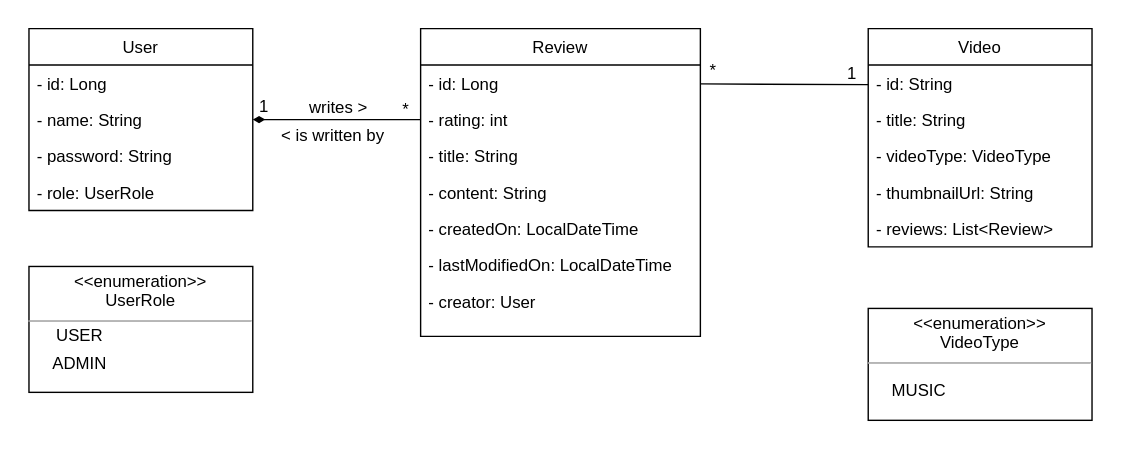
Before: docs/class_diagram.svg, a diagram exported from draw.io (joanneong/snapshot). Source tidied: cells renumbered, new cells last; positions are measured from the earlier drawing's top-left corner, leaving out a move shared by most shapes. Source of this version:
```xml
<mxGraphModel>
  <root>
    <mxCell id="0" />
    <mxCell id="1" parent="0" />
    <mxCell id="2" value="User" style="swimlane;fontStyle=0;align=center;verticalAlign=top;horizontal=1;startSize=26;rounded=0;shadow=0;strokeWidth=1;" parent="1" vertex="1">
      <mxGeometry width="160" height="130" as="geometry" />
    </mxCell>
    <mxCell id="3" value="- id: Long" style="text;align=left;verticalAlign=top;spacingLeft=4;spacingRight=4;overflow=hidden;" parent="2" vertex="1">
      <mxGeometry y="26" width="160" height="26" as="geometry" />
    </mxCell>
    <mxCell id="4" value="- name: String" style="text;align=left;verticalAlign=top;spacingLeft=4;spacingRight=4;overflow=hidden;" parent="2" vertex="1">
      <mxGeometry y="52" width="160" height="26" as="geometry" />
    </mxCell>
    <mxCell id="5" value="- password: String" style="text;align=left;verticalAlign=top;spacingLeft=4;spacingRight=4;overflow=hidden;rounded=0;shadow=0;html=0;" parent="2" vertex="1">
      <mxGeometry y="78" width="160" height="26" as="geometry" />
    </mxCell>
    <mxCell id="6" value="- role: UserRole" style="text;align=left;verticalAlign=top;spacingLeft=4;spacingRight=4;overflow=hidden;rounded=0;shadow=0;html=0;" parent="2" vertex="1">
      <mxGeometry y="104" width="160" height="26" as="geometry" />
    </mxCell>
    <mxCell id="7" value="Review" style="swimlane;fontStyle=0;align=center;verticalAlign=top;horizontal=1;startSize=26;rounded=0;shadow=0;strokeWidth=1;" parent="1" vertex="1">
      <mxGeometry x="280" width="200" height="220" as="geometry" />
    </mxCell>
    <mxCell id="8" value="- id: Long" style="text;align=left;verticalAlign=top;spacingLeft=4;spacingRight=4;overflow=hidden;" parent="7" vertex="1">
      <mxGeometry y="26" width="200" height="26" as="geometry" />
    </mxCell>
    <mxCell id="9" value="- rating: int" style="text;align=left;verticalAlign=top;spacingLeft=4;spacingRight=4;overflow=hidden;rounded=0;shadow=0;html=0;" parent="7" vertex="1">
      <mxGeometry y="52" width="200" height="26" as="geometry" />
    </mxCell>
    <mxCell id="10" value="- title: String" style="text;align=left;verticalAlign=top;spacingLeft=4;spacingRight=4;overflow=hidden;rounded=0;shadow=0;html=0;" parent="7" vertex="1">
      <mxGeometry y="78" width="200" height="26" as="geometry" />
    </mxCell>
    <mxCell id="11" value="- content: String" style="text;align=left;verticalAlign=top;spacingLeft=4;spacingRight=4;overflow=hidden;rounded=0;shadow=0;html=0;" parent="7" vertex="1">
      <mxGeometry y="104" width="200" height="26" as="geometry" />
    </mxCell>
    <mxCell id="12" value="- createdOn: LocalDateTime" style="text;align=left;verticalAlign=top;spacingLeft=4;spacingRight=4;overflow=hidden;rounded=0;shadow=0;html=0;" parent="7" vertex="1">
      <mxGeometry y="130" width="200" height="26" as="geometry" />
    </mxCell>
    <mxCell id="13" value="- lastModifiedOn: LocalDateTime" style="text;align=left;verticalAlign=top;spacingLeft=4;spacingRight=4;overflow=hidden;rounded=0;shadow=0;html=0;" parent="7" vertex="1">
      <mxGeometry y="156" width="200" height="26" as="geometry" />
    </mxCell>
    <mxCell id="14" value="- creator: User" style="text;align=left;verticalAlign=top;spacingLeft=4;spacingRight=4;overflow=hidden;rounded=0;shadow=0;html=0;" parent="7" vertex="1">
      <mxGeometry y="182" width="200" height="26" as="geometry" />
    </mxCell>
    <mxCell id="15" style="endArrow=none;shadow=0;strokeWidth=1;rounded=0;endFill=0;edgeStyle=elbowEdgeStyle;elbow=vertical;startArrow=diamondThin;startFill=1;endSize=6;" parent="1" edge="1" source="2" target="7">
      <mxGeometry x="0.5" y="41" relative="1" as="geometry">
        <mxPoint x="-40" y="32" as="offset" />
      </mxGeometry>
    </mxCell>
    <mxCell id="16" value="1" style="align=left;verticalAlign=bottom;labelBackgroundColor=none;fontSize=12;" parent="15" vertex="1">
      <mxGeometry x="-1" relative="1" as="geometry">
        <mxPoint x="3" y="-1" as="offset" />
      </mxGeometry>
    </mxCell>
    <mxCell id="17" value="*" style="align=right;verticalAlign=bottom;labelBackgroundColor=none;fontSize=12;" parent="15" vertex="1">
      <mxGeometry x="1" relative="1" as="geometry">
        <mxPoint x="-7" y="1" as="offset" />
      </mxGeometry>
    </mxCell>
    <mxCell id="18" value="writes &amp;gt;" style="text;html=1;align=center;verticalAlign=middle;labelBackgroundColor=none;rounded=0;shadow=0;strokeWidth=1;fontSize=12;" parent="15" vertex="1">
      <mxGeometry x="0.5" y="49" relative="1" as="geometry">
        <mxPoint x="-30" y="40" as="offset" />
      </mxGeometry>
    </mxCell>
    <mxCell id="19" value="Video" style="swimlane;fontStyle=0;horizontal=1;startSize=26;fillColor=none;" parent="1" vertex="1">
      <mxGeometry x="600" width="160" height="156" as="geometry" />
    </mxCell>
    <mxCell id="20" value="- id: String" style="text;strokeColor=none;fillColor=none;align=left;verticalAlign=top;spacingLeft=4;spacingRight=4;overflow=hidden;" parent="19" vertex="1">
      <mxGeometry y="26" width="160" height="26" as="geometry" />
    </mxCell>
    <mxCell id="21" value="- title: String" style="text;strokeColor=none;fillColor=none;align=left;verticalAlign=top;spacingLeft=4;spacingRight=4;overflow=hidden;" parent="19" vertex="1">
      <mxGeometry y="52" width="160" height="26" as="geometry" />
    </mxCell>
    <mxCell id="22" value="- videoType: VideoType" style="text;strokeColor=none;fillColor=none;align=left;verticalAlign=top;spacingLeft=4;spacingRight=4;overflow=hidden;" parent="19" vertex="1">
      <mxGeometry y="78" width="160" height="26" as="geometry" />
    </mxCell>
    <mxCell id="23" value="- thumbnailUrl: String" style="text;strokeColor=none;fillColor=none;align=left;verticalAlign=top;spacingLeft=4;spacingRight=4;overflow=hidden;" parent="19" vertex="1">
      <mxGeometry y="104" width="160" height="26" as="geometry" />
    </mxCell>
    <mxCell id="24" value="- reviews: List&lt;Review&gt;" style="text;strokeColor=none;fillColor=none;align=left;verticalAlign=top;spacingLeft=4;spacingRight=4;overflow=hidden;" parent="19" vertex="1">
      <mxGeometry y="130" width="160" height="26" as="geometry" />
    </mxCell>
    <mxCell id="25" style="group;" parent="1" vertex="1">
      <mxGeometry x="600" y="200" width="160" height="80" as="geometry" />
    </mxCell>
    <mxCell id="26" value="&lt;p style=&quot;margin: 0px ; margin-top: 4px ; text-align: center&quot;&gt;&amp;lt;&amp;lt;enumeration&amp;gt;&amp;gt;&lt;br&gt;VideoType&lt;br&gt;&lt;/p&gt;&lt;hr size=&quot;1&quot;&gt;&lt;div style=&quot;height: 2px&quot;&gt;&lt;br&gt;&lt;/div&gt;" style="verticalAlign=top;align=left;overflow=fill;fontSize=12;fontFamily=Helvetica;html=1;" parent="25" vertex="1">
      <mxGeometry width="160" height="80" as="geometry" />
    </mxCell>
    <mxCell id="27" value="MUSIC" style="text;html=1;align=center;verticalAlign=middle;fillColor=none;strokeColor=none;rounded=0;" parent="25" vertex="1">
      <mxGeometry x="10.7" y="49.1" width="50" height="20" as="geometry" />
    </mxCell>
    <mxCell id="28" style="endArrow=none;shadow=0;strokeWidth=1;rounded=0;endFill=0;edgeStyle=elbowEdgeStyle;elbow=vertical;startArrow=none;startFill=0;endSize=6;" parent="1" edge="1">
      <mxGeometry x="0.5" y="41" relative="1" as="geometry">
        <mxPoint x="480" y="39.5" as="sourcePoint" />
        <mxPoint x="600" y="39.5" as="targetPoint" />
        <mxPoint x="-40" y="32" as="offset" />
      </mxGeometry>
    </mxCell>
    <mxCell id="29" value="*" style="align=left;verticalAlign=bottom;labelBackgroundColor=none;fontSize=12;" parent="28" vertex="1">
      <mxGeometry x="-1" relative="1" as="geometry">
        <mxPoint x="5" y="-1" as="offset" />
      </mxGeometry>
    </mxCell>
    <mxCell id="30" value="1" style="align=right;verticalAlign=bottom;labelBackgroundColor=none;fontSize=12;" parent="28" vertex="1">
      <mxGeometry x="1" relative="1" as="geometry">
        <mxPoint x="-7" y="1" as="offset" />
      </mxGeometry>
    </mxCell>
    <mxCell id="31" value="&amp;lt; is written by" style="text;html=1;align=center;verticalAlign=middle;labelBackgroundColor=none;rounded=0;shadow=0;strokeWidth=1;fontSize=12;" parent="1" vertex="1">
      <mxGeometry x="220" y="60" as="geometry">
        <mxPoint x="-4" y="16" as="offset" />
      </mxGeometry>
    </mxCell>
    <mxCell id="32" style="group;" parent="1" vertex="1">
      <mxGeometry y="170" width="160" height="90" as="geometry" />
    </mxCell>
    <mxCell id="33" value="&lt;p style=&quot;margin: 0px ; margin-top: 4px ; text-align: center&quot;&gt;&amp;lt;&amp;lt;enumeration&amp;gt;&amp;gt;&lt;br&gt;UserRole&lt;br&gt;&lt;/p&gt;&lt;hr size=&quot;1&quot;&gt;&lt;div style=&quot;height: 2px&quot;&gt;&lt;br&gt;&lt;/div&gt;" style="verticalAlign=top;align=left;overflow=fill;fontSize=12;fontFamily=Helvetica;html=1;" parent="32" vertex="1">
      <mxGeometry width="160" height="90" as="geometry" />
    </mxCell>
    <mxCell id="34" value="USER" style="text;html=1;align=center;verticalAlign=middle;fillColor=none;strokeColor=none;rounded=0;" parent="32" vertex="1">
      <mxGeometry x="10.7" y="40" width="50" height="20" as="geometry" />
    </mxCell>
    <mxCell id="35" value="ADMIN" style="text;html=1;align=center;verticalAlign=middle;fillColor=none;strokeColor=none;rounded=0;" parent="32" vertex="1">
      <mxGeometry x="10.7" y="60" width="50" height="20" as="geometry" />
    </mxCell>
  </root>
</mxGraphModel>
```
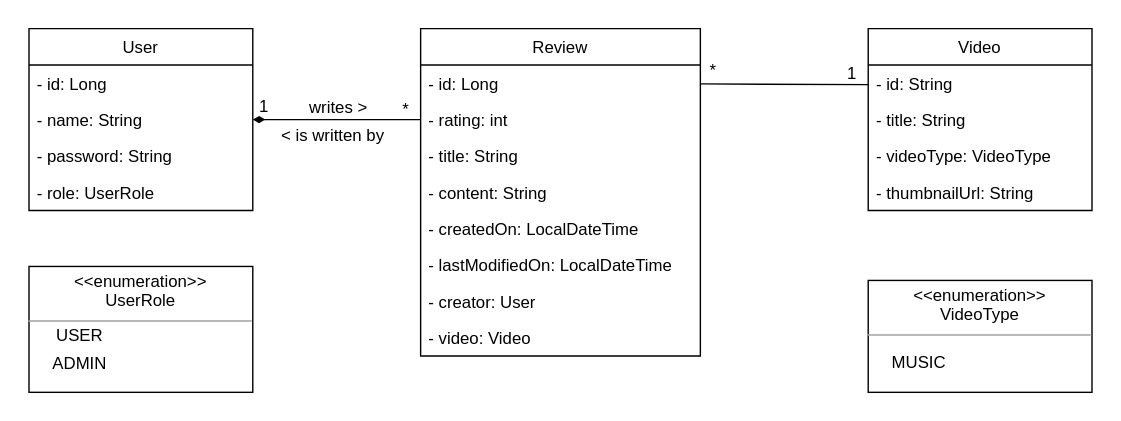
Above is the later version.

Commit message:
Update class diagrams to simplify models

The edit, as a diff of the source:
```diff
@@ -1,4 +1,4 @@
-<mxGraphModel>
+<mxGraphModel background="#ffffff">
   <root>
     <mxCell id="0" />
     <mxCell id="1" parent="0" />
@@ -18,7 +18,7 @@
       <mxGeometry y="104" width="160" height="26" as="geometry" />
     </mxCell>
     <mxCell id="7" value="Review" style="swimlane;fontStyle=0;align=center;verticalAlign=top;horizontal=1;startSize=26;rounded=0;shadow=0;strokeWidth=1;" parent="1" vertex="1">
-      <mxGeometry x="280" width="200" height="220" as="geometry" />
+      <mxGeometry x="280" width="200" height="234" as="geometry" />
     </mxCell>
     <mxCell id="8" value="- id: Long" style="text;align=left;verticalAlign=top;spacingLeft=4;spacingRight=4;overflow=hidden;" parent="7" vertex="1">
       <mxGeometry y="26" width="200" height="26" as="geometry" />
@@ -41,6 +41,9 @@
     <mxCell id="14" value="- creator: User" style="text;align=left;verticalAlign=top;spacingLeft=4;spacingRight=4;overflow=hidden;rounded=0;shadow=0;html=0;" parent="7" vertex="1">
       <mxGeometry y="182" width="200" height="26" as="geometry" />
     </mxCell>
+    <mxCell id="36" value="- video: Video" style="text;align=left;verticalAlign=top;spacingLeft=4;spacingRight=4;overflow=hidden;rounded=0;shadow=0;html=0;" parent="7" vertex="1">
+      <mxGeometry y="208" width="200" height="26" as="geometry" />
+    </mxCell>
     <mxCell id="15" style="endArrow=none;shadow=0;strokeWidth=1;rounded=0;endFill=0;edgeStyle=elbowEdgeStyle;elbow=vertical;startArrow=diamondThin;startFill=1;endSize=6;" parent="1" edge="1" source="2" target="7">
       <mxGeometry x="0.5" y="41" relative="1" as="geometry">
         <mxPoint x="-40" y="32" as="offset" />
@@ -62,7 +65,7 @@
       </mxGeometry>
     </mxCell>
     <mxCell id="19" value="Video" style="swimlane;fontStyle=0;horizontal=1;startSize=26;fillColor=none;" parent="1" vertex="1">
-      <mxGeometry x="600" width="160" height="156" as="geometry" />
+      <mxGeometry x="600" width="160" height="130" as="geometry" />
     </mxCell>
     <mxCell id="20" value="- id: String" style="text;strokeColor=none;fillColor=none;align=left;verticalAlign=top;spacingLeft=4;spacingRight=4;overflow=hidden;" parent="19" vertex="1">
       <mxGeometry y="26" width="160" height="26" as="geometry" />
@@ -76,11 +79,8 @@
     <mxCell id="23" value="- thumbnailUrl: String" style="text;strokeColor=none;fillColor=none;align=left;verticalAlign=top;spacingLeft=4;spacingRight=4;overflow=hidden;" parent="19" vertex="1">
       <mxGeometry y="104" width="160" height="26" as="geometry" />
     </mxCell>
-    <mxCell id="24" value="- reviews: List&lt;Review&gt;" style="text;strokeColor=none;fillColor=none;align=left;verticalAlign=top;spacingLeft=4;spacingRight=4;overflow=hidden;" parent="19" vertex="1">
-      <mxGeometry y="130" width="160" height="26" as="geometry" />
-    </mxCell>
     <mxCell id="25" style="group;" parent="1" vertex="1">
-      <mxGeometry x="600" y="200" width="160" height="80" as="geometry" />
+      <mxGeometry x="600" y="180" width="160" height="80" as="geometry" />
     </mxCell>
     <mxCell id="26" value="&lt;p style=&quot;margin: 0px ; margin-top: 4px ; text-align: center&quot;&gt;&amp;lt;&amp;lt;enumeration&amp;gt;&amp;gt;&lt;br&gt;VideoType&lt;br&gt;&lt;/p&gt;&lt;hr size=&quot;1&quot;&gt;&lt;div style=&quot;height: 2px&quot;&gt;&lt;br&gt;&lt;/div&gt;" style="verticalAlign=top;align=left;overflow=fill;fontSize=12;fontFamily=Helvetica;html=1;" parent="25" vertex="1">
       <mxGeometry width="160" height="80" as="geometry" />
```
